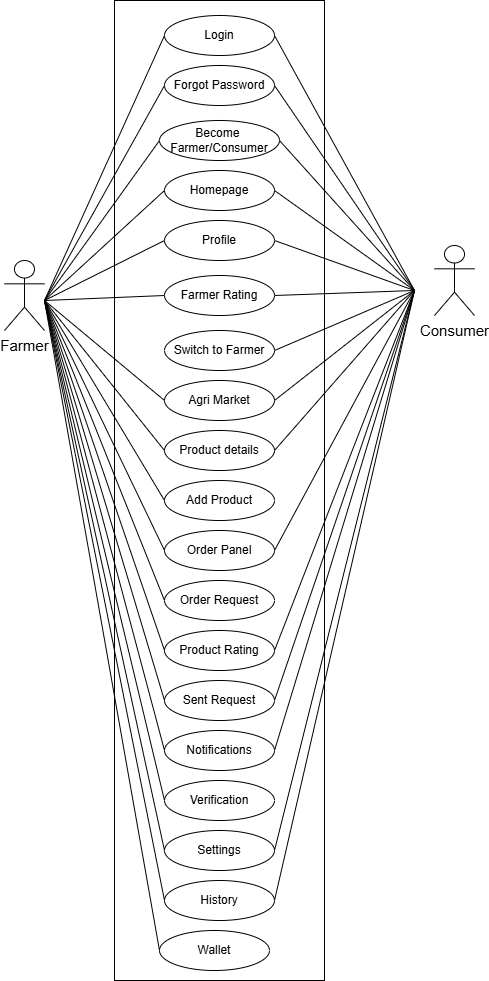
Before: IMG/UseCase.drawio2.png, a diagram exported from draw.io (RmnRj/Farmo-Doc). Source tidied: cells renumbered, new cells last; positions are measured from the earlier drawing's top-left corner, leaving out a move shared by most shapes.
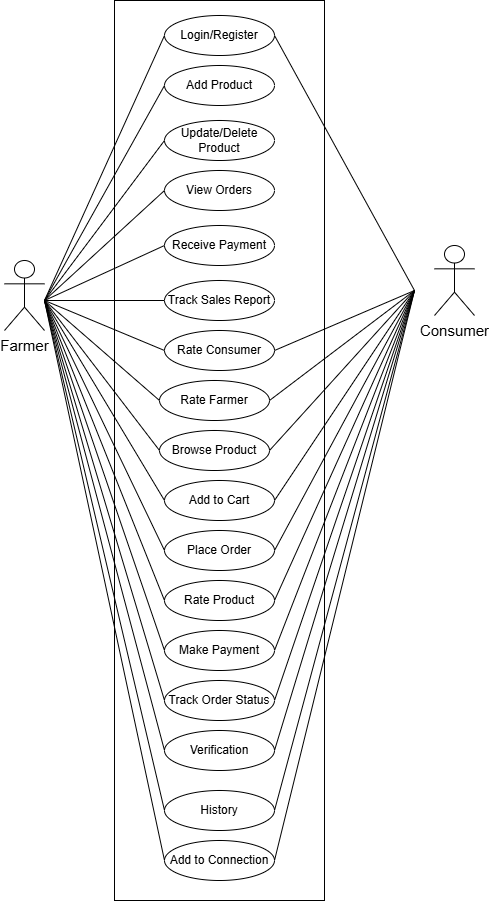
After the commit.

Change to the diagram source:
```diff
@@ -3,235 +3,209 @@
     <mxCell id="0" />
     <mxCell id="1" parent="0" />
     <mxCell id="2" style="rounded=0;whiteSpace=wrap;html=1;" parent="1" vertex="1">
-      <mxGeometry x="110" width="210" height="980" as="geometry" />
+      <mxGeometry x="110" y="50" width="210" height="900" as="geometry" />
     </mxCell>
-    <mxCell id="3" value="Login" style="ellipse;whiteSpace=wrap;html=1;align=center;" parent="1" vertex="1">
-      <mxGeometry x="160" y="15" width="110" height="40" as="geometry" />
+    <mxCell id="3" value="Login/Register" style="ellipse;whiteSpace=wrap;html=1;align=center;" parent="1" vertex="1">
+      <mxGeometry x="160" y="65" width="110" height="40" as="geometry" />
     </mxCell>
-    <mxCell id="4" value="Forgot Password" style="ellipse;whiteSpace=wrap;html=1;align=center;" parent="1" vertex="1">
-      <mxGeometry x="160" y="65" width="110" height="40" as="geometry" />
+    <mxCell id="4" value="Add Product" style="ellipse;whiteSpace=wrap;html=1;align=center;" parent="1" vertex="1">
+      <mxGeometry x="160" y="115" width="110" height="40" as="geometry" />
     </mxCell>
-    <mxCell id="5" value="Homepage" style="ellipse;whiteSpace=wrap;html=1;align=center;" parent="1" vertex="1">
+    <mxCell id="5" value="Update/Delete&lt;div&gt;Product&lt;/div&gt;" style="ellipse;whiteSpace=wrap;html=1;align=center;" parent="1" vertex="1">
       <mxGeometry x="160" y="170" width="110" height="40" as="geometry" />
     </mxCell>
-    <mxCell id="6" value="Profile" style="ellipse;whiteSpace=wrap;html=1;align=center;" parent="1" vertex="1">
+    <mxCell id="6" value="View Orders" style="ellipse;whiteSpace=wrap;html=1;align=center;" parent="1" vertex="1">
       <mxGeometry x="160" y="220" width="110" height="40" as="geometry" />
     </mxCell>
-    <mxCell id="7" value="Product details" style="ellipse;whiteSpace=wrap;html=1;align=center;" parent="1" vertex="1">
-      <mxGeometry x="160" y="430" width="110" height="40" as="geometry" />
+    <mxCell id="7" value="Browse Product" style="ellipse;whiteSpace=wrap;html=1;align=center;" parent="1" vertex="1">
+      <mxGeometry x="155" y="480" width="110" height="40" as="geometry" />
     </mxCell>
-    <mxCell id="8" value="Add Product" style="ellipse;whiteSpace=wrap;html=1;align=center;" parent="1" vertex="1">
-      <mxGeometry x="160" y="480" width="110" height="40" as="geometry" />
+    <mxCell id="8" value="Rate Farmer" style="ellipse;whiteSpace=wrap;html=1;align=center;" parent="1" vertex="1">
+      <mxGeometry x="155" y="430" width="110" height="40" as="geometry" />
     </mxCell>
-    <mxCell id="9" value="Order Panel" style="ellipse;whiteSpace=wrap;html=1;align=center;" parent="1" vertex="1">
+    <mxCell id="9" value="Add to Cart" style="ellipse;whiteSpace=wrap;html=1;align=center;" parent="1" vertex="1">
       <mxGeometry x="160" y="530" width="110" height="40" as="geometry" />
     </mxCell>
-    <mxCell id="10" value="Order Request" style="ellipse;whiteSpace=wrap;html=1;align=center;" parent="1" vertex="1">
+    <mxCell id="10" value="Place Order" style="ellipse;whiteSpace=wrap;html=1;align=center;" parent="1" vertex="1">
       <mxGeometry x="160" y="580" width="110" height="40" as="geometry" />
     </mxCell>
     <mxCell id="11" style="endArrow=none;html=1;rounded=0;entryX=0;entryY=0.5;entryDx=0;entryDy=0;" parent="1" edge="1" target="3">
       <mxGeometry relative="1" as="geometry">
-        <mxPoint x="40" y="300" as="sourcePoint" />
+        <mxPoint x="40" y="350" as="sourcePoint" />
       </mxGeometry>
     </mxCell>
     <mxCell id="12" style="endArrow=none;html=1;rounded=0;entryX=0;entryY=0.5;entryDx=0;entryDy=0;" parent="1" edge="1" target="4">
       <mxGeometry relative="1" as="geometry">
-        <mxPoint x="40" y="300" as="sourcePoint" />
+        <mxPoint x="40" y="350" as="sourcePoint" />
       </mxGeometry>
     </mxCell>
     <mxCell id="13" style="endArrow=none;html=1;rounded=0;entryX=0;entryY=0.5;entryDx=0;entryDy=0;" parent="1" edge="1" target="5">
       <mxGeometry relative="1" as="geometry">
-        <mxPoint x="40" y="300" as="sourcePoint" />
+        <mxPoint x="40" y="350" as="sourcePoint" />
       </mxGeometry>
     </mxCell>
     <mxCell id="14" style="endArrow=none;html=1;rounded=0;entryX=0;entryY=0.5;entryDx=0;entryDy=0;" parent="1" edge="1" target="6">
       <mxGeometry relative="1" as="geometry">
-        <mxPoint x="40" y="300" as="sourcePoint" />
+        <mxPoint x="40" y="350" as="sourcePoint" />
       </mxGeometry>
     </mxCell>
     <mxCell id="15" style="endArrow=none;html=1;rounded=0;entryX=0;entryY=0.5;entryDx=0;entryDy=0;" parent="1" edge="1" target="7">
       <mxGeometry relative="1" as="geometry">
-        <mxPoint x="40" y="300" as="sourcePoint" />
+        <mxPoint x="40" y="350" as="sourcePoint" />
       </mxGeometry>
     </mxCell>
-    <mxCell id="16" style="endArrow=none;html=1;rounded=0;entryX=0;entryY=0.5;entryDx=0;entryDy=0;" parent="1" edge="1" target="8">
+    <mxCell id="16" style="endArrow=none;html=1;rounded=0;entryX=1;entryY=0.5;entryDx=0;entryDy=0;" parent="1" edge="1" target="8">
       <mxGeometry relative="1" as="geometry">
-        <mxPoint x="40" y="300" as="sourcePoint" />
+        <mxPoint x="410" y="340" as="sourcePoint" />
       </mxGeometry>
     </mxCell>
     <mxCell id="17" style="endArrow=none;html=1;rounded=0;entryX=0;entryY=0.5;entryDx=0;entryDy=0;" parent="1" edge="1" target="9">
       <mxGeometry relative="1" as="geometry">
-        <mxPoint x="40" y="300" as="sourcePoint" />
+        <mxPoint x="40" y="350" as="sourcePoint" />
       </mxGeometry>
     </mxCell>
-    <mxCell id="18" style="endArrow=none;html=1;rounded=0;entryX=0;entryY=0.5;entryDx=0;entryDy=0;" parent="1" edge="1" target="10">
-      <mxGeometry relative="1" as="geometry">
-        <mxPoint x="40" y="300" as="sourcePoint" />
-      </mxGeometry>
-    </mxCell>
     <mxCell id="19" value="Verification" style="ellipse;whiteSpace=wrap;html=1;align=center;" parent="1" vertex="1">
       <mxGeometry x="160" y="780" width="110" height="40" as="geometry" />
     </mxCell>
-    <mxCell id="20" value="Agri Market" style="ellipse;whiteSpace=wrap;html=1;align=center;" parent="1" vertex="1">
+    <mxCell id="20" value="Rate Consumer" style="ellipse;whiteSpace=wrap;html=1;align=center;" parent="1" vertex="1">
       <mxGeometry x="160" y="380" width="110" height="40" as="geometry" />
     </mxCell>
-    <mxCell id="21" value="Settings" style="ellipse;whiteSpace=wrap;html=1;align=center;" parent="1" vertex="1">
-      <mxGeometry x="160" y="830" width="110" height="40" as="geometry" />
-    </mxCell>
     <mxCell id="22" value="History" style="ellipse;whiteSpace=wrap;html=1;align=center;" parent="1" vertex="1">
-      <mxGeometry x="160" y="880" width="110" height="40" as="geometry" />
+      <mxGeometry x="160" y="840" width="110" height="40" as="geometry" />
     </mxCell>
     <mxCell id="23" style="endArrow=none;html=1;rounded=0;entryX=0;entryY=0.5;entryDx=0;entryDy=0;" parent="1" edge="1" target="19">
       <mxGeometry relative="1" as="geometry">
-        <mxPoint x="40" y="300" as="sourcePoint" />
+        <mxPoint x="40" y="350" as="sourcePoint" />
       </mxGeometry>
     </mxCell>
-    <mxCell id="24" style="endArrow=none;html=1;rounded=0;entryX=0;entryY=0.5;entryDx=0;entryDy=0;" parent="1" edge="1" target="21">
-      <mxGeometry relative="1" as="geometry">
-        <mxPoint x="40" y="300" as="sourcePoint" />
-      </mxGeometry>
-    </mxCell>
     <mxCell id="25" style="endArrow=none;html=1;rounded=0;entryX=0;entryY=0.5;entryDx=0;entryDy=0;" parent="1" edge="1" target="20">
       <mxGeometry relative="1" as="geometry">
-        <mxPoint x="40" y="300" as="sourcePoint" />
+        <mxPoint x="40" y="350" as="sourcePoint" />
       </mxGeometry>
     </mxCell>
     <mxCell id="26" style="endArrow=none;html=1;rounded=0;entryX=0;entryY=0.5;entryDx=0;entryDy=0;" parent="1" edge="1" target="22">
       <mxGeometry relative="1" as="geometry">
-        <mxPoint x="40" y="300" as="sourcePoint" />
+        <mxPoint x="40" y="350" as="sourcePoint" />
       </mxGeometry>
     </mxCell>
     <mxCell id="27" style="endArrow=none;html=1;rounded=0;exitX=1;exitY=0.5;exitDx=0;exitDy=0;" parent="1" edge="1" source="3">
       <mxGeometry relative="1" as="geometry">
-        <mxPoint x="410" y="290" as="targetPoint" />
+        <mxPoint x="410" y="340" as="targetPoint" />
       </mxGeometry>
     </mxCell>
-    <mxCell id="28" style="endArrow=none;html=1;rounded=0;entryX=1;entryY=0.5;entryDx=0;entryDy=0;" parent="1" edge="1" target="4">
-      <mxGeometry relative="1" as="geometry">
-        <mxPoint x="410" y="290" as="sourcePoint" />
-      </mxGeometry>
-    </mxCell>
-    <mxCell id="29" style="endArrow=none;html=1;rounded=0;entryX=1;entryY=0.5;entryDx=0;entryDy=0;" parent="1" edge="1" target="5">
-      <mxGeometry relative="1" as="geometry">
-        <mxPoint x="410" y="290" as="sourcePoint" />
-      </mxGeometry>
-    </mxCell>
-    <mxCell id="30" style="endArrow=none;html=1;rounded=0;entryX=1;entryY=0.5;entryDx=0;entryDy=0;" parent="1" edge="1" target="6">
-      <mxGeometry relative="1" as="geometry">
-        <mxPoint x="410" y="290" as="sourcePoint" />
-      </mxGeometry>
-    </mxCell>
     <mxCell id="31" style="endArrow=none;html=1;rounded=0;entryX=1;entryY=0.5;entryDx=0;entryDy=0;" parent="1" edge="1" target="20">
       <mxGeometry relative="1" as="geometry">
-        <mxPoint x="410" y="290" as="sourcePoint" />
+        <mxPoint x="410" y="340" as="sourcePoint" />
       </mxGeometry>
     </mxCell>
     <mxCell id="32" style="endArrow=none;html=1;rounded=0;entryX=1;entryY=0.5;entryDx=0;entryDy=0;" parent="1" edge="1" target="7">
       <mxGeometry relative="1" as="geometry">
-        <mxPoint x="410" y="290" as="sourcePoint" />
+        <mxPoint x="410" y="340" as="sourcePoint" />
       </mxGeometry>
     </mxCell>
     <mxCell id="33" style="endArrow=none;html=1;rounded=0;entryX=1;entryY=0.5;entryDx=0;entryDy=0;" parent="1" edge="1" target="9">
       <mxGeometry relative="1" as="geometry">
-        <mxPoint x="410" y="290" as="sourcePoint" />
+        <mxPoint x="410" y="340" as="sourcePoint" />
       </mxGeometry>
     </mxCell>
     <mxCell id="34" style="endArrow=none;html=1;rounded=0;exitX=1;exitY=0.5;exitDx=0;exitDy=0;" parent="1" edge="1" source="38">
       <mxGeometry relative="1" as="geometry">
-        <mxPoint x="410" y="290" as="targetPoint" />
+        <mxPoint x="410" y="340" as="targetPoint" />
       </mxGeometry>
     </mxCell>
     <mxCell id="35" style="endArrow=none;html=1;rounded=0;exitX=1;exitY=0.5;exitDx=0;exitDy=0;" parent="1" edge="1" source="39">
       <mxGeometry relative="1" as="geometry">
-        <mxPoint x="410" y="290" as="targetPoint" />
+        <mxPoint x="410" y="340" as="targetPoint" />
       </mxGeometry>
     </mxCell>
-    <mxCell id="36" style="endArrow=none;html=1;rounded=0;exitX=1;exitY=0.5;exitDx=0;exitDy=0;" parent="1" edge="1" source="21">
-      <mxGeometry relative="1" as="geometry">
-        <mxPoint x="410" y="290" as="targetPoint" />
-      </mxGeometry>
-    </mxCell>
     <mxCell id="37" style="endArrow=none;html=1;rounded=0;exitX=1;exitY=0.5;exitDx=0;exitDy=0;" parent="1" edge="1" source="22">
       <mxGeometry relative="1" as="geometry">
-        <mxPoint x="410" y="290" as="targetPoint" />
+        <mxPoint x="410" y="340" as="targetPoint" />
       </mxGeometry>
     </mxCell>
-    <mxCell id="38" value="Sent Request" style="ellipse;whiteSpace=wrap;html=1;align=center;" parent="1" vertex="1">
+    <mxCell id="38" value="Make Payment" style="ellipse;whiteSpace=wrap;html=1;align=center;" parent="1" vertex="1">
       <mxGeometry x="160" y="680" width="110" height="40" as="geometry" />
     </mxCell>
-    <mxCell id="39" value="Notifications" style="ellipse;whiteSpace=wrap;html=1;align=center;" parent="1" vertex="1">
+    <mxCell id="39" value="Track Order Status" style="ellipse;whiteSpace=wrap;html=1;align=center;" parent="1" vertex="1">
       <mxGeometry x="160" y="730" width="110" height="40" as="geometry" />
     </mxCell>
     <mxCell id="40" style="endArrow=none;html=1;rounded=0;entryX=0;entryY=0.5;entryDx=0;entryDy=0;" parent="1" edge="1" target="38">
       <mxGeometry relative="1" as="geometry">
-        <mxPoint x="40" y="300" as="sourcePoint" />
+        <mxPoint x="40" y="350" as="sourcePoint" />
       </mxGeometry>
     </mxCell>
     <mxCell id="41" style="endArrow=none;html=1;rounded=0;entryX=0;entryY=0.5;entryDx=0;entryDy=0;" parent="1" edge="1" target="39">
       <mxGeometry relative="1" as="geometry">
-        <mxPoint x="40" y="300" as="sourcePoint" />
+        <mxPoint x="40" y="350" as="sourcePoint" />
       </mxGeometry>
     </mxCell>
-    <mxCell id="42" value="Switch to Farmer" style="ellipse;whiteSpace=wrap;html=1;align=center;" parent="1" vertex="1">
+    <mxCell id="42" value="Track Sales Report" style="ellipse;whiteSpace=wrap;html=1;align=center;" parent="1" vertex="1">
       <mxGeometry x="160" y="330" width="110" height="40" as="geometry" />
     </mxCell>
-    <mxCell id="43" style="endArrow=none;html=1;rounded=0;entryX=1;entryY=0.5;entryDx=0;entryDy=0;" parent="1" edge="1" target="42">
+    <mxCell id="43" style="endArrow=none;html=1;rounded=0;entryX=0;entryY=0.5;entryDx=0;entryDy=0;" parent="1" edge="1" target="42">
       <mxGeometry relative="1" as="geometry">
-        <mxPoint x="410" y="290" as="sourcePoint" />
+        <mxPoint x="40" y="350" as="sourcePoint" />
       </mxGeometry>
     </mxCell>
     <mxCell id="44" value="Farmer" style="shape=umlActor;verticalLabelPosition=bottom;verticalAlign=top;html=1;fontSize=15;fontStyle=0;" parent="1" vertex="1">
-      <mxGeometry y="260" width="40" height="70" as="geometry" />
+      <mxGeometry y="310" width="40" height="70" as="geometry" />
     </mxCell>
     <mxCell id="45" value="Consumer" style="shape=umlActor;verticalLabelPosition=bottom;verticalAlign=top;html=1;fontSize=15;fontStyle=0;" parent="1" vertex="1">
-      <mxGeometry x="430" y="245" width="40" height="70" as="geometry" />
+      <mxGeometry x="430" y="295" width="40" height="70" as="geometry" />
     </mxCell>
-    <mxCell id="46" value="Become&amp;nbsp;&lt;div&gt;Farmer/Consumer&lt;/div&gt;" style="ellipse;whiteSpace=wrap;html=1;align=center;" parent="1" vertex="1">
-      <mxGeometry x="155" y="120" width="120" height="40" as="geometry" />
-    </mxCell>
-    <mxCell id="47" style="endArrow=none;html=1;rounded=0;entryX=0;entryY=0.5;entryDx=0;entryDy=0;" parent="1" edge="1" target="46">
-      <mxGeometry relative="1" as="geometry">
-        <mxPoint x="40" y="300" as="sourcePoint" />
-      </mxGeometry>
-    </mxCell>
-    <mxCell id="48" style="endArrow=none;html=1;rounded=0;entryX=1;entryY=0.5;entryDx=0;entryDy=0;" parent="1" edge="1" target="46">
-      <mxGeometry relative="1" as="geometry">
-        <mxPoint x="410" y="290" as="sourcePoint" />
-      </mxGeometry>
-    </mxCell>
-    <mxCell id="49" value="Farmer Rating" style="ellipse;whiteSpace=wrap;html=1;align=center;" parent="1" vertex="1">
+    <mxCell id="49" value="Receive Payment" style="ellipse;whiteSpace=wrap;html=1;align=center;" parent="1" vertex="1">
       <mxGeometry x="160" y="275" width="110" height="40" as="geometry" />
     </mxCell>
-    <mxCell id="50" value="Product Rating" style="ellipse;whiteSpace=wrap;html=1;align=center;" parent="1" vertex="1">
+    <mxCell id="50" value="Rate Product" style="ellipse;whiteSpace=wrap;html=1;align=center;" parent="1" vertex="1">
       <mxGeometry x="160" y="630" width="110" height="40" as="geometry" />
     </mxCell>
-    <mxCell id="51" style="endArrow=none;html=1;rounded=0;entryX=1;entryY=0.5;entryDx=0;entryDy=0;" parent="1" edge="1" target="49">
-      <mxGeometry relative="1" as="geometry">
-        <mxPoint x="410" y="290" as="sourcePoint" />
-      </mxGeometry>
-    </mxCell>
     <mxCell id="52" style="endArrow=none;html=1;rounded=0;entryX=1;entryY=0.5;entryDx=0;entryDy=0;" parent="1" edge="1" target="50">
       <mxGeometry relative="1" as="geometry">
-        <mxPoint x="410" y="290" as="sourcePoint" />
+        <mxPoint x="410" y="340" as="sourcePoint" />
       </mxGeometry>
     </mxCell>
     <mxCell id="53" style="endArrow=none;html=1;rounded=0;exitX=0;exitY=0.5;exitDx=0;exitDy=0;" parent="1" edge="1" source="50">
       <mxGeometry relative="1" as="geometry">
-        <mxPoint x="40" y="300" as="targetPoint" />
+        <mxPoint x="40" y="350" as="targetPoint" />
       </mxGeometry>
     </mxCell>
     <mxCell id="54" style="endArrow=none;html=1;rounded=0;exitX=0;exitY=0.5;exitDx=0;exitDy=0;" parent="1" edge="1" source="49">
       <mxGeometry relative="1" as="geometry">
-        <mxPoint x="40" y="300" as="targetPoint" />
+        <mxPoint x="40" y="350" as="targetPoint" />
       </mxGeometry>
     </mxCell>
-    <mxCell id="55" value="Wallet" style="ellipse;whiteSpace=wrap;html=1;align=center;" parent="1" vertex="1">
-      <mxGeometry x="155" y="930" width="110" height="40" as="geometry" />
+    <mxCell id="55" value="Add to Connection" style="ellipse;whiteSpace=wrap;html=1;align=center;" parent="1" vertex="1">
+      <mxGeometry x="160" y="890" width="110" height="40" as="geometry" />
     </mxCell>
     <mxCell id="56" style="endArrow=none;html=1;rounded=0;exitX=0;exitY=0.5;exitDx=0;exitDy=0;" parent="1" edge="1" source="55">
       <mxGeometry relative="1" as="geometry">
-        <mxPoint x="40" y="300" as="targetPoint" />
+        <mxPoint x="40" y="350" as="targetPoint" />
       </mxGeometry>
     </mxCell>
+    <mxCell id="57" style="endArrow=none;html=1;rounded=0;exitX=1;exitY=0.5;exitDx=0;exitDy=0;" parent="1" edge="1" source="10">
+      <mxGeometry relative="1" as="geometry">
+        <mxPoint x="410" y="340" as="targetPoint" />
+      </mxGeometry>
+    </mxCell>
+    <mxCell id="58" style="endArrow=none;html=1;rounded=0;exitX=1;exitY=0.5;exitDx=0;exitDy=0;" parent="1" edge="1" source="55">
+      <mxGeometry relative="1" as="geometry">
+        <mxPoint x="410" y="340" as="targetPoint" />
+      </mxGeometry>
+    </mxCell>
+    <mxCell id="59" style="endArrow=none;html=1;rounded=0;exitX=1;exitY=0.5;exitDx=0;exitDy=0;" parent="1" edge="1" source="19">
+      <mxGeometry relative="1" as="geometry">
+        <mxPoint x="410" y="340" as="targetPoint" />
+      </mxGeometry>
+    </mxCell>
+    <mxCell id="60" style="endArrow=none;html=1;rounded=0;exitX=0;exitY=0.5;exitDx=0;exitDy=0;" parent="1" edge="1" source="8">
+      <mxGeometry relative="1" as="geometry">
+        <mxPoint x="40" y="350" as="targetPoint" />
+      </mxGeometry>
+    </mxCell>
+    <mxCell id="61" style="endArrow=none;html=1;rounded=0;exitX=0;exitY=0.5;exitDx=0;exitDy=0;" parent="1" edge="1" source="10">
+      <mxGeometry relative="1" as="geometry">
+        <mxPoint x="40" y="350" as="targetPoint" />
+      </mxGeometry>
+    </mxCell>
   </root>
 </mxGraphModel>
```
